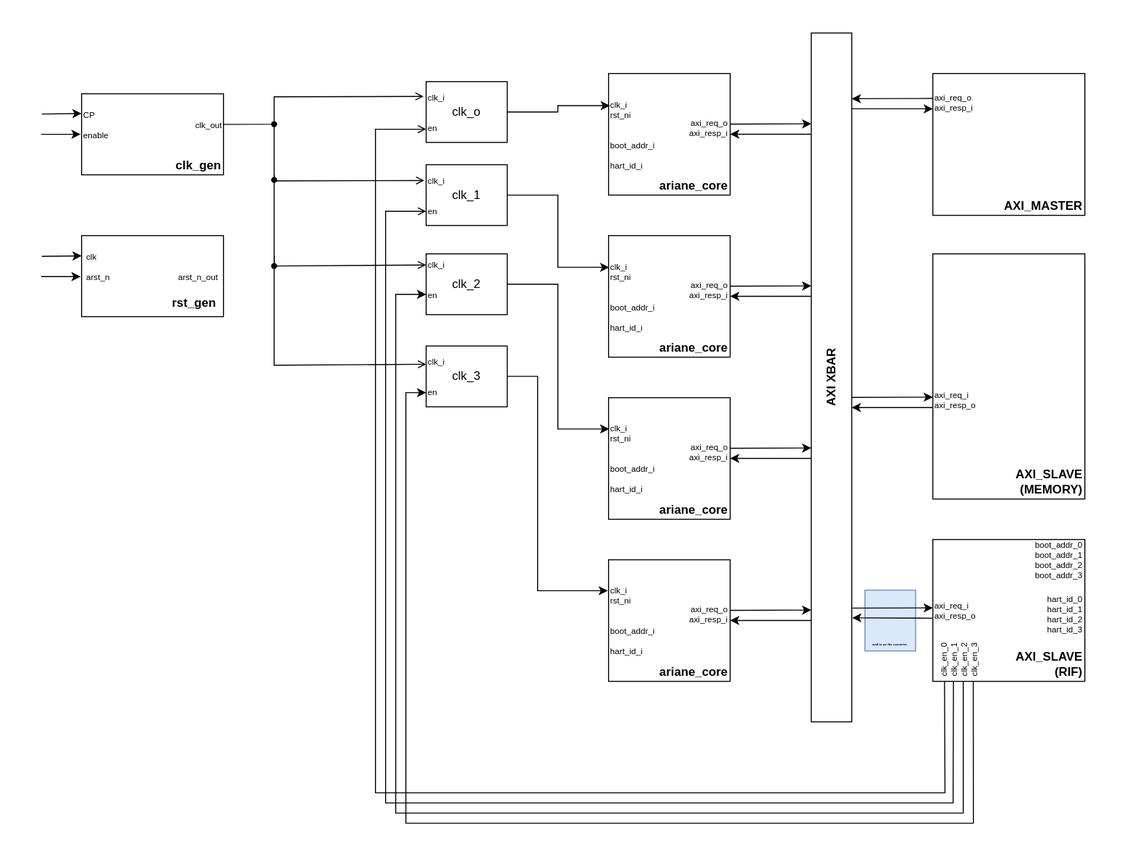
squared-studio/mango keeps this draw.io diagram as doc/diagrams/project_top.svg. Above is the earlier version. Source tidied: cells renumbered, new cells last; positions are measured from the earlier drawing's top-left corner, leaving out a move shared by most shapes.
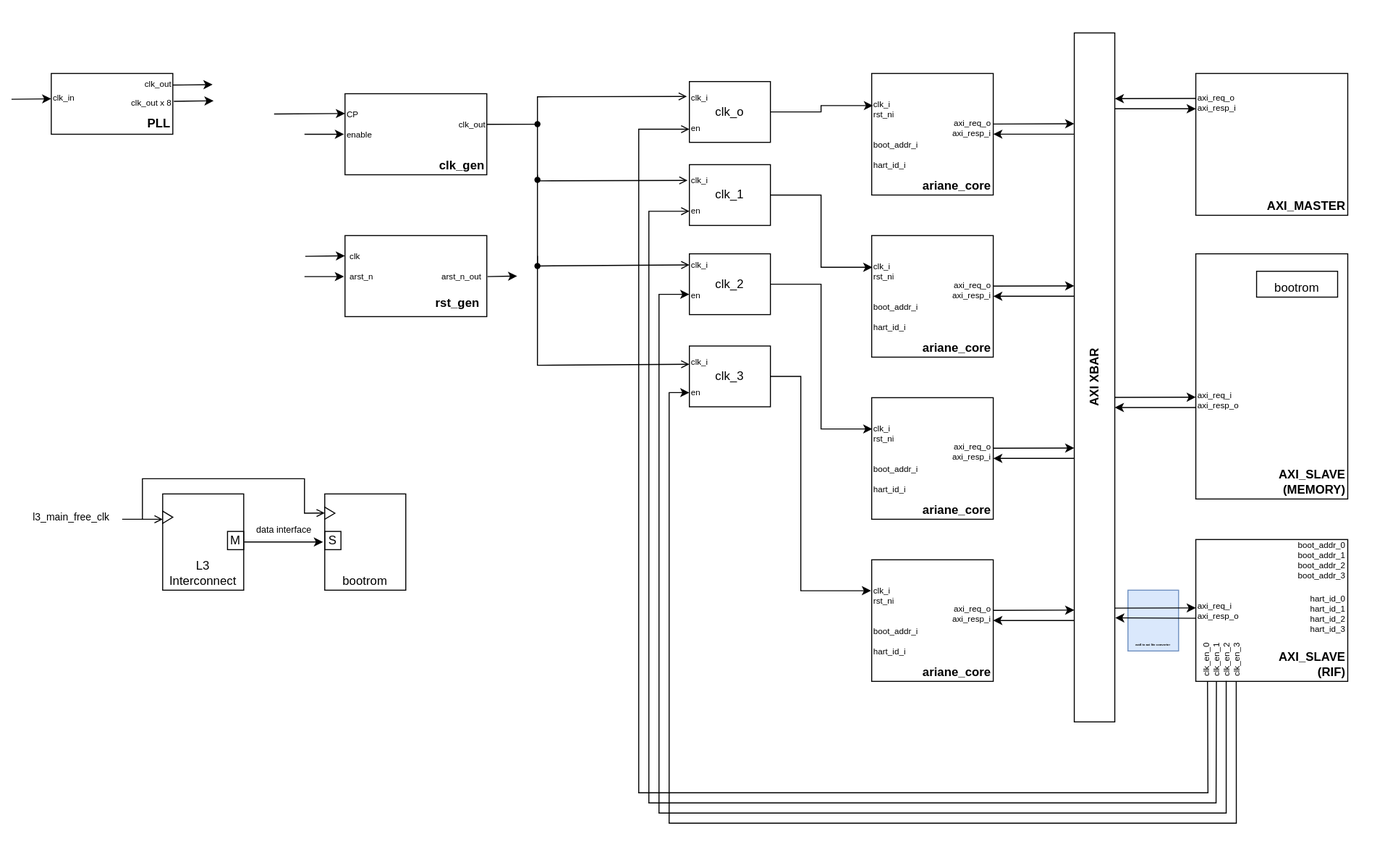
After the change.

Commit message:
added address map and updated README

Change to the diagram source:
```diff
@@ -3,7 +3,7 @@
     <mxCell id="0" />
     <mxCell id="1" parent="0" />
     <mxCell id="2" style="rounded=0;whiteSpace=wrap;html=1;strokeColor=none;" parent="1" vertex="1">
-      <mxGeometry width="1120" height="832" as="geometry" />
+      <mxGeometry x="-260" width="1380" height="832" as="geometry" />
     </mxCell>
     <mxCell id="3" value="&lt;b&gt;ariane_core&lt;/b&gt;" style="rounded=0;whiteSpace=wrap;html=1;align=right;horizontal=1;verticalAlign=bottom;" parent="1" vertex="1">
       <mxGeometry x="600" y="72" width="120" height="120" as="geometry" />
@@ -146,12 +146,6 @@
     <mxCell id="37" value="&lt;div style=&quot;font-size: 8.34px;&quot;&gt;&lt;span style=&quot;background-color: initial; font-size: 8.34px;&quot;&gt;CP&lt;/span&gt;&lt;/div&gt;&lt;br style=&quot;font-size: 8.34px;&quot;&gt;enable&lt;br style=&quot;font-size: 8.34px;&quot;&gt;" style="text;html=1;align=left;verticalAlign=middle;strokeColor=none;fillColor=none;fontSize=8.34;" parent="1" vertex="1">
       <mxGeometry x="80" y="102" width="50" height="40" as="geometry" />
     </mxCell>
-    <mxCell id="38" style="endArrow=classic;html=1;rounded=0;entryX=-0.063;entryY=0.292;entryDx=0;entryDy=0;entryPerimeter=0;" parent="1" edge="1">
-      <mxGeometry relative="1" as="geometry">
-        <mxPoint x="40.8" y="112" as="sourcePoint" />
-        <mxPoint x="80" y="111.5" as="targetPoint" />
-      </mxGeometry>
-    </mxCell>
     <mxCell id="39" style="endArrow=classic;html=1;rounded=0;entryX=-0.063;entryY=0.292;entryDx=0;entryDy=0;entryPerimeter=0;" parent="1" edge="1">
       <mxGeometry relative="1" as="geometry">
         <mxPoint x="40" y="132" as="sourcePoint" />
@@ -327,5 +321,97 @@
     <mxCell id="73" style="shape=waypoint;sketch=0;size=6;fillColor=none;perimeter=centerPerimeter;" parent="1" vertex="1">
       <mxGeometry x="260" y="112" width="20" height="20" as="geometry" />
     </mxCell>
+    <mxCell id="74" value="&lt;font style=&quot;font-size: 12px;&quot;&gt;&lt;b&gt;PLL&lt;/b&gt;&lt;/font&gt;" style="rounded=0;whiteSpace=wrap;html=1;fontSize=16;align=right;verticalAlign=bottom;" parent="1" vertex="1">
+      <mxGeometry x="-210" y="72" width="120" height="60" as="geometry" />
+    </mxCell>
+    <mxCell id="75" style="endArrow=classic;html=1;rounded=0;entryX=-0.063;entryY=0.292;entryDx=0;entryDy=0;entryPerimeter=0;" parent="1" edge="1">
+      <mxGeometry relative="1" as="geometry">
+        <mxPoint x="-249.2" y="97.5" as="sourcePoint" />
+        <mxPoint x="-210" y="97" as="targetPoint" />
+      </mxGeometry>
+    </mxCell>
+    <mxCell id="76" value="clk_out" style="text;html=1;align=right;verticalAlign=middle;strokeColor=none;fillColor=none;fontSize=8.34;" parent="1" vertex="1">
+      <mxGeometry x="-140" y="72" width="50" height="20" as="geometry" />
+    </mxCell>
+    <mxCell id="77" value="clk_in" style="text;html=1;align=left;verticalAlign=middle;strokeColor=none;fillColor=none;fontSize=8.34;" parent="1" vertex="1">
+      <mxGeometry x="-210" y="85" width="40" height="20" as="geometry" />
+    </mxCell>
+    <mxCell id="78" style="endArrow=classic;html=1;rounded=0;entryX=-0.063;entryY=0.292;entryDx=0;entryDy=0;entryPerimeter=0;" parent="1" edge="1">
+      <mxGeometry relative="1" as="geometry">
+        <mxPoint x="10" y="112" as="sourcePoint" />
+        <mxPoint x="80" y="111.5" as="targetPoint" />
+      </mxGeometry>
+    </mxCell>
+    <mxCell id="79" value="clk_out x 8" style="text;html=1;align=right;verticalAlign=middle;strokeColor=none;fillColor=none;fontSize=8.34;" parent="1" vertex="1">
+      <mxGeometry x="-150" y="90" width="60" height="20" as="geometry" />
+    </mxCell>
+    <mxCell id="80" style="endArrow=classic;html=1;rounded=0;entryX=-0.063;entryY=0.292;entryDx=0;entryDy=0;entryPerimeter=0;" parent="1" edge="1">
+      <mxGeometry relative="1" as="geometry">
+        <mxPoint x="-90" y="83.5" as="sourcePoint" />
+        <mxPoint x="-50.8" y="83" as="targetPoint" />
+      </mxGeometry>
+    </mxCell>
+    <mxCell id="81" style="endArrow=classic;html=1;rounded=0;entryX=-0.063;entryY=0.292;entryDx=0;entryDy=0;entryPerimeter=0;" parent="1" edge="1">
+      <mxGeometry relative="1" as="geometry">
+        <mxPoint x="-89" y="99.5" as="sourcePoint" />
+        <mxPoint x="-49.8" y="99" as="targetPoint" />
+      </mxGeometry>
+    </mxCell>
+    <mxCell id="82" value="L3 Interconnect" style="rounded=0;whiteSpace=wrap;html=1;verticalAlign=bottom;" parent="1" vertex="1">
+      <mxGeometry x="-100" y="487" width="80" height="95" as="geometry" />
+    </mxCell>
+    <mxCell id="83" value="bootrom" style="rounded=0;whiteSpace=wrap;html=1;verticalAlign=bottom;" parent="1" vertex="1">
+      <mxGeometry x="60" y="487" width="80" height="95" as="geometry" />
+    </mxCell>
+    <mxCell id="84" style="endArrow=classic;html=1;rounded=0;entryX=-0.022;entryY=0.194;entryDx=0;entryDy=0;entryPerimeter=0;exitX=1.006;exitY=0.194;exitDx=0;exitDy=0;exitPerimeter=0;" parent="1" edge="1">
+      <mxGeometry relative="1" as="geometry">
+        <mxPoint x="-19.5" y="534.4" as="sourcePoint" />
+        <mxPoint x="58.2" y="534.4" as="targetPoint" />
+      </mxGeometry>
+    </mxCell>
+    <mxCell id="85" value="M" style="text;html=1;strokeColor=default;fillColor=none;align=center;verticalAlign=middle;whiteSpace=wrap;rounded=0;" parent="1" vertex="1">
+      <mxGeometry x="-36" y="524" width="16" height="18" as="geometry" />
+    </mxCell>
+    <mxCell id="86" value="S" style="text;html=1;strokeColor=default;fillColor=none;align=center;verticalAlign=middle;whiteSpace=wrap;rounded=0;" parent="1" vertex="1">
+      <mxGeometry x="60" y="524" width="16" height="18" as="geometry" />
+    </mxCell>
+    <mxCell id="87" value="&lt;font style=&quot;font-size: 9px;&quot;&gt;data interface&lt;/font&gt;" style="text;html=1;strokeColor=none;fillColor=none;align=center;verticalAlign=middle;whiteSpace=wrap;rounded=0;" parent="1" vertex="1">
+      <mxGeometry x="-10" y="512" width="60" height="20" as="geometry" />
+    </mxCell>
+    <mxCell id="88" style="endArrow=open;html=1;rounded=0;entryX=-0.022;entryY=0.194;entryDx=0;entryDy=0;entryPerimeter=0;endFill=0;" parent="1" edge="1">
+      <mxGeometry relative="1" as="geometry">
+        <mxPoint x="-140" y="512" as="sourcePoint" />
+        <mxPoint x="-100" y="512" as="targetPoint" />
+      </mxGeometry>
+    </mxCell>
+    <mxCell id="89" value="l3_main_free_clk" style="text;html=1;strokeColor=none;fillColor=none;align=center;verticalAlign=middle;whiteSpace=wrap;rounded=0;fontSize=10;" parent="1" vertex="1">
+      <mxGeometry x="-240" y="500" width="100" height="20" as="geometry" />
+    </mxCell>
+    <mxCell id="90" style="triangle;whiteSpace=wrap;html=1;" parent="1" vertex="1">
+      <mxGeometry x="-100" y="504" width="10" height="12" as="geometry" />
+    </mxCell>
+    <mxCell id="91" style="triangle;whiteSpace=wrap;html=1;" parent="1" vertex="1">
+      <mxGeometry x="60" y="500" width="10" height="12" as="geometry" />
+    </mxCell>
+    <mxCell id="92" style="endArrow=open;html=1;rounded=0;entryX=-0.022;entryY=0.194;entryDx=0;entryDy=0;entryPerimeter=0;endFill=0;" parent="1" edge="1">
+      <mxGeometry relative="1" as="geometry">
+        <mxPoint x="-120" y="512" as="sourcePoint" />
+        <mxPoint x="60" y="505.8" as="targetPoint" />
+        <Array as="points">
+          <mxPoint x="-120" y="472" />
+          <mxPoint x="40" y="472" />
+          <mxPoint x="40" y="506" />
+        </Array>
+      </mxGeometry>
+    </mxCell>
+    <mxCell id="93" style="endArrow=classic;html=1;rounded=0;" parent="1" edge="1">
+      <mxGeometry relative="1" as="geometry">
+        <mxPoint x="220.8" y="272.5" as="sourcePoint" />
+        <mxPoint x="250" y="272" as="targetPoint" />
+      </mxGeometry>
+    </mxCell>
+    <mxCell id="94" value="bootrom" style="rounded=0;whiteSpace=wrap;html=1;verticalAlign=bottom;" parent="1" vertex="1">
+      <mxGeometry x="980" y="267.2" width="80" height="25.5" as="geometry" />
+    </mxCell>
   </root>
 </mxGraphModel>
```
